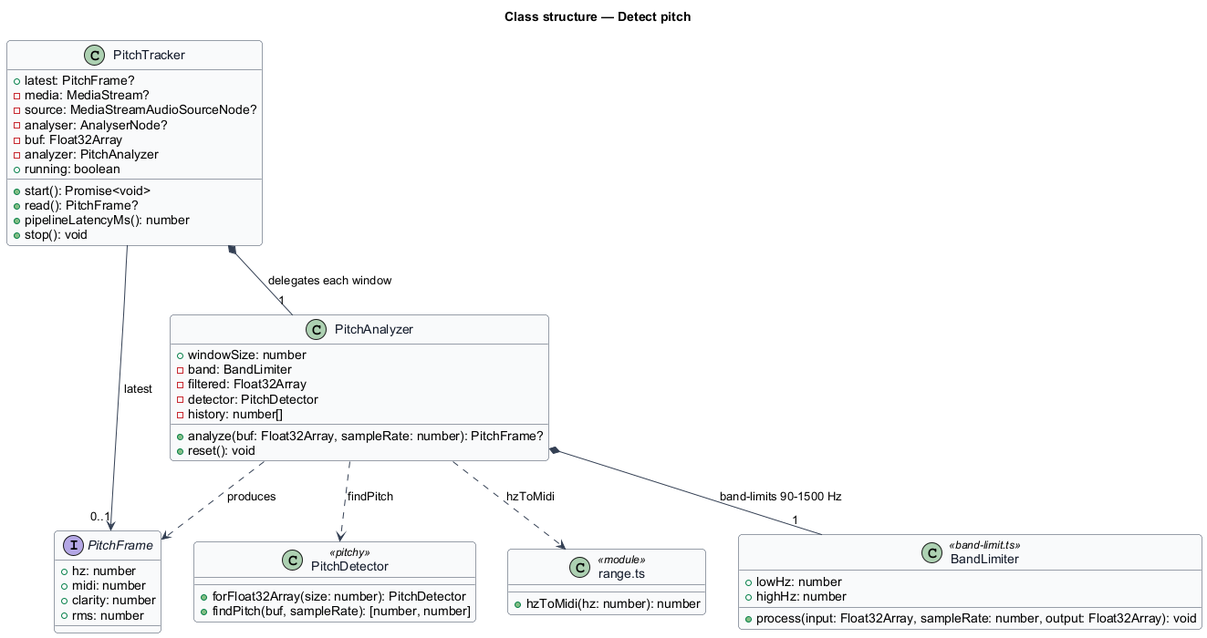
Before: docs/detailed-designs/audio-engine/detect-pitch/diagrams/class-structure.png, a diagram exported from PlantUML (QuinntyneBrown/TwinkleTune).
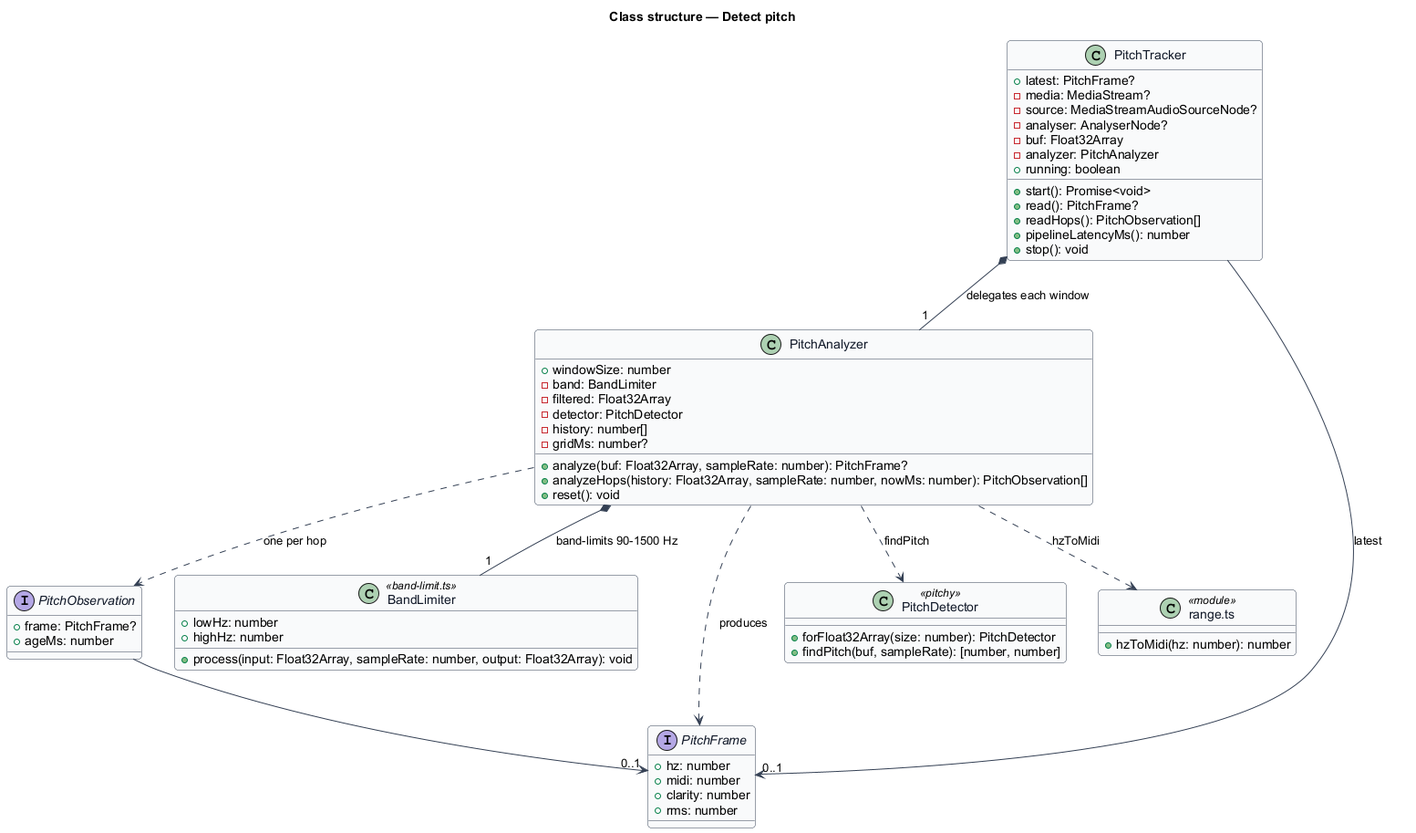
Above is the later version.

Diff of the diagram source:
```diff
@@ -21,6 +21,7 @@
   +running: boolean
   +start(): Promise<void>
   +read(): PitchFrame?
+  +readHops(): PitchObservation[]
   +pipelineLatencyMs(): number
   +stop(): void
 }
@@ -31,8 +32,15 @@
   -filtered: Float32Array
   -detector: PitchDetector
   -history: number[]
+  -gridMs: number?
   +analyze(buf: Float32Array, sampleRate: number): PitchFrame?
+  +analyzeHops(history: Float32Array, sampleRate: number, nowMs: number): PitchObservation[]
   +reset(): void
+}
+
+interface PitchObservation {
+  +frame: PitchFrame?
+  +ageMs: number
 }
 
 class BandLimiter <<band-limit.ts>> {
@@ -61,6 +69,8 @@
 PitchTracker *-- "1" PitchAnalyzer : delegates each window
 PitchAnalyzer *-- "1" BandLimiter : band-limits 90-1500 Hz
 PitchAnalyzer ..> PitchFrame : produces
+PitchAnalyzer ..> PitchObservation : one per hop
+PitchObservation --> "0..1" PitchFrame
 PitchAnalyzer ..> Detector : findPitch
 PitchAnalyzer ..> RangeMod : hzToMidi
 @enduml
```
